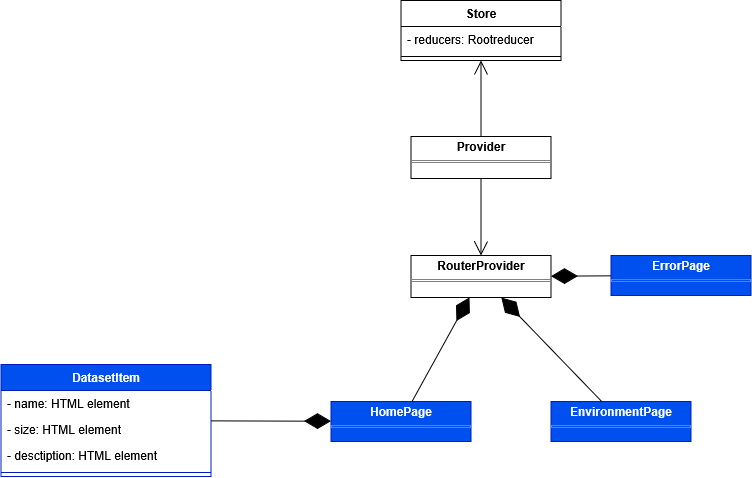
Earlier version of the draw.io export Docs/PB/Generali Esterni/specifica_tecnica/template/images/uml_front/ui/pages.png (6BitBusters/6BitBusters.github.io). Source tidied: cells renumbered, new cells last; positions are measured from the earlier drawing's top-left corner, leaving out a move shared by most shapes.
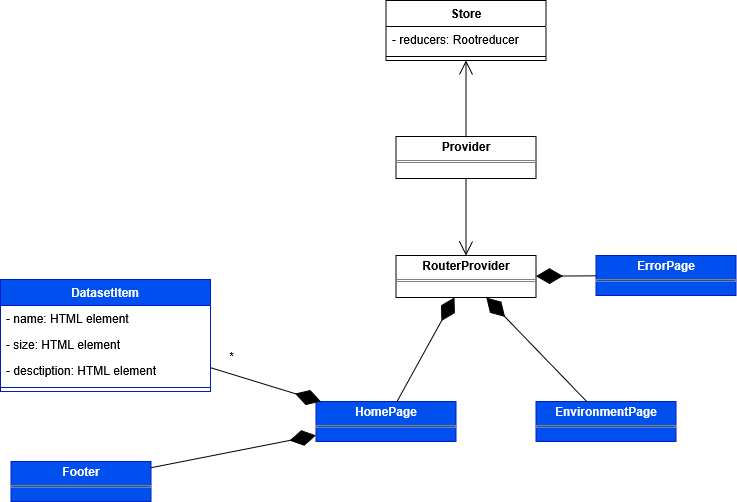
Later version of the same file.

The edit, as a diff of the source:
```diff
@@ -45,7 +45,7 @@
       <mxGeometry relative="1" as="geometry" />
     </mxCell>
     <mxCell id="16" value="DatasetItem" style="swimlane;fontStyle=1;align=center;verticalAlign=top;horizontal=1;startSize=26;whiteSpace=wrap;html=1;fillColor=#0050ef;fontColor=#ffffff;strokeColor=#001DBC;" parent="1" vertex="1">
-      <mxGeometry x="-0.5" y="364" width="210" height="112" as="geometry" />
+      <mxGeometry x="14" y="279" width="210" height="112" as="geometry" />
     </mxCell>
     <mxCell id="17" value="- name: HTML element" style="text;strokeColor=none;fillColor=none;align=left;verticalAlign=top;spacingLeft=4;spacingRight=4;overflow=hidden;whiteSpace=wrap;html=1;" parent="16" vertex="1">
       <mxGeometry y="26" width="210" height="26" as="geometry" />
@@ -59,5 +59,14 @@
     <mxCell id="20" style="line;strokeWidth=1;fillColor=none;align=left;verticalAlign=middle;spacingTop=-1;spacingLeft=3;spacingRight=3;labelPosition=right;strokeColor=inherit;" parent="16" vertex="1">
       <mxGeometry y="104" width="210" height="8" as="geometry" />
     </mxCell>
+    <mxCell id="21" value="*" style="text;html=1;align=center;verticalAlign=middle;strokeColor=none;fillColor=none;" parent="1" vertex="1">
+      <mxGeometry x="230" y="341" width="30" height="30" as="geometry" />
+    </mxCell>
+    <mxCell id="22" value="&lt;p style=&quot;margin:0px;margin-top:4px;text-align:center;&quot;&gt;&lt;b&gt;Footer&lt;/b&gt;&lt;/p&gt;&lt;hr size=&quot;1&quot; style=&quot;border-style:solid;&quot;&gt;&lt;div style=&quot;height:2px;&quot;&gt;&lt;/div&gt;" style="verticalAlign=top;align=left;overflow=fill;html=1;whiteSpace=wrap;fillColor=#0050ef;fontColor=#ffffff;strokeColor=#001DBC;" parent="1" vertex="1">
+      <mxGeometry x="24.5" y="461" width="140" height="40" as="geometry" />
+    </mxCell>
+    <mxCell id="23" style="endArrow=diamondThin;endFill=1;endSize=24;html=1;rounded=0;" parent="1" edge="1" source="22" target="9">
+      <mxGeometry relative="1" as="geometry" />
+    </mxCell>
   </root>
 </mxGraphModel>
```
